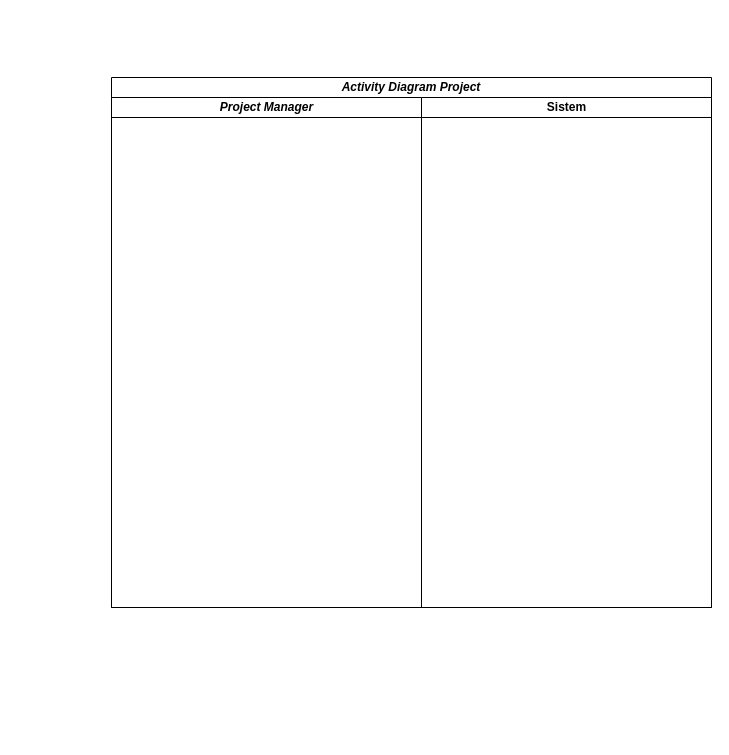
Earlier version of the draw.io diagram page "Halaman-3" (3 of 3) of Diagram Tanpa Judul.drawio (raldawiyahh/alda-resolusi). Source tidied: cells renumbered, new cells numbered last; positions are measured from the earlier drawing's top-left corner, leaving out a move shared by most shapes. Both pictures are drawn from the tidied source at 100%, with x=0, y=0 at pixel (111, 77).
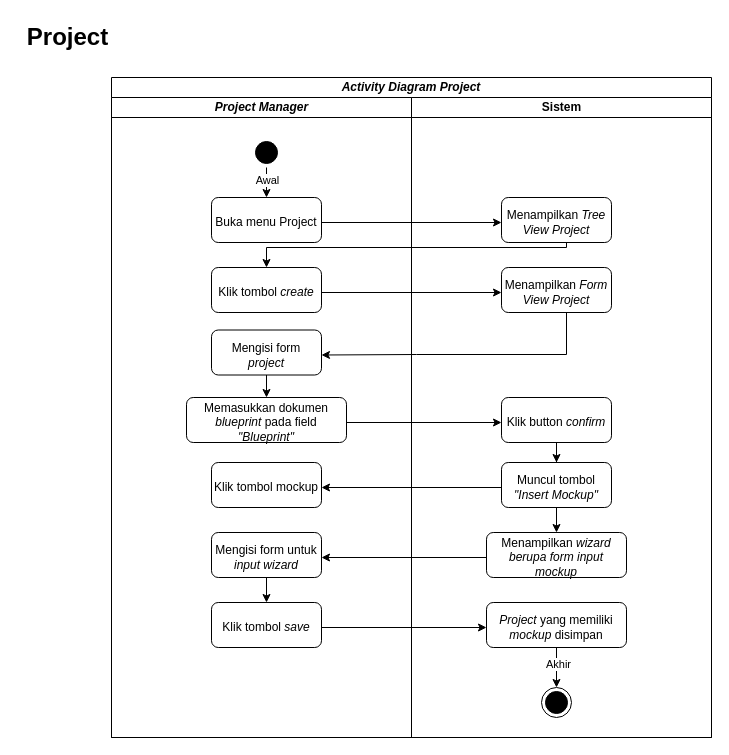
After the change.

Change to the diagram source:
```diff
@@
     <mxCell id="2" value="&lt;i&gt;Activity Diagram Project&lt;/i&gt;" style="swimlane;html=1;startSize=20;whiteSpace=wrap;" parent="1" vertex="1">
-      <mxGeometry width="600" height="530" as="geometry" />
+      <mxGeometry width="600" height="660" as="geometry" />
     </mxCell>
     <mxCell id="3" value="&lt;i&gt;Project Manager&lt;/i&gt;" style="swimlane;html=1;startSize=20;" parent="2" vertex="1">
-      <mxGeometry y="20" width="310" height="510" as="geometry" />
+      <mxGeometry y="20" width="300" height="640" as="geometry" />
     </mxCell>
+    <mxCell id="5" style="edgeStyle=orthogonalEdgeStyle;rounded=0;jettySize=auto;html=1;entryX=0.5;entryY=0;entryDx=0;entryDy=0;" parent="3" edge="1" source="7" target="9">
+      <mxGeometry relative="1" as="geometry" />
+    </mxCell>
+    <mxCell id="6" value="Awal" style="edgeLabel;html=1;align=center;verticalAlign=middle;" parent="5" vertex="1">
+      <mxGeometry x="-0.51" relative="1" as="geometry" />
+    </mxCell>
+    <mxCell id="7" style="ellipse;html=1;shape=startState;fillColor=#000000;strokeColor=#000000;" parent="3" vertex="1">
+      <mxGeometry x="140" y="40" width="30" height="30" as="geometry" />
+    </mxCell>
+    <mxCell id="8" style="group;" parent="3" vertex="1">
+      <mxGeometry x="100" y="100" width="110" height="45" as="geometry" />
+    </mxCell>
+    <mxCell id="9" style="rounded=1;whiteSpace=wrap;html=1;" parent="8" vertex="1">
+      <mxGeometry width="110" height="45" as="geometry" />
+    </mxCell>
+    <mxCell id="10" value="Buka menu Project " style="text;html=1;strokeColor=none;fillColor=none;align=center;verticalAlign=middle;whiteSpace=wrap;rounded=0;" parent="8" vertex="1">
+      <mxGeometry y="5" width="110" height="40" as="geometry" />
+    </mxCell>
+    <mxCell id="11" style="group;" parent="3" vertex="1">
+      <mxGeometry x="100" y="170" width="110" height="45" as="geometry" />
+    </mxCell>
+    <mxCell id="12" style="rounded=1;whiteSpace=wrap;html=1;" parent="11" vertex="1">
+      <mxGeometry width="110" height="45" as="geometry" />
+    </mxCell>
+    <mxCell id="13" value="Klik tombol &lt;i&gt;create&lt;/i&gt;" style="text;html=1;strokeColor=none;fillColor=none;align=center;verticalAlign=middle;whiteSpace=wrap;rounded=0;" parent="11" vertex="1">
+      <mxGeometry y="5" width="110" height="40" as="geometry" />
+    </mxCell>
+    <mxCell id="14" style="group;" parent="3" vertex="1">
+      <mxGeometry x="100" y="232.5" width="110" height="45" as="geometry" />
+    </mxCell>
+    <mxCell id="15" style="rounded=1;whiteSpace=wrap;html=1;" parent="14" vertex="1">
+      <mxGeometry width="110" height="45" as="geometry" />
+    </mxCell>
+    <mxCell id="16" value="Mengisi form &lt;i&gt;project&lt;/i&gt;" style="text;html=1;strokeColor=none;fillColor=none;align=center;verticalAlign=middle;whiteSpace=wrap;rounded=0;" parent="14" vertex="1">
+      <mxGeometry y="5" width="110" height="40" as="geometry" />
+    </mxCell>
+    <mxCell id="17" style="edgeStyle=orthogonalEdgeStyle;rounded=0;jettySize=auto;html=1;" parent="3" edge="1" source="34">
+      <mxGeometry relative="1" as="geometry">
+        <mxPoint x="155" y="170" as="targetPoint" />
+        <Array as="points">
+          <mxPoint x="455" y="150" />
+          <mxPoint x="155" y="150" />
+        </Array>
+      </mxGeometry>
+    </mxCell>
+    <mxCell id="18" style="group;" parent="3" vertex="1">
+      <mxGeometry x="100" y="365" width="110" height="45" as="geometry" />
+    </mxCell>
+    <mxCell id="19" style="rounded=1;whiteSpace=wrap;html=1;" parent="18" vertex="1">
+      <mxGeometry width="110" height="45" as="geometry" />
+    </mxCell>
+    <mxCell id="20" value="Klik tombol mockup" style="text;html=1;strokeColor=none;fillColor=none;align=center;verticalAlign=middle;whiteSpace=wrap;rounded=0;" parent="18" vertex="1">
+      <mxGeometry y="5" width="110" height="40" as="geometry" />
+    </mxCell>
+    <mxCell id="21" style="group;" parent="3" vertex="1">
+      <mxGeometry x="100" y="435" width="110" height="45" as="geometry" />
+    </mxCell>
+    <mxCell id="22" style="rounded=1;whiteSpace=wrap;html=1;" parent="21" vertex="1">
+      <mxGeometry width="110" height="45" as="geometry" />
+    </mxCell>
+    <mxCell id="23" value="Mengisi form untuk &lt;i&gt;input wizard&lt;/i&gt;" style="text;html=1;strokeColor=none;fillColor=none;align=center;verticalAlign=middle;whiteSpace=wrap;rounded=0;" parent="21" vertex="1">
+      <mxGeometry y="5" width="110" height="40" as="geometry" />
+    </mxCell>
+    <mxCell id="24" style="group;" parent="3" vertex="1">
+      <mxGeometry x="75" y="300" width="160" height="45" as="geometry" />
+    </mxCell>
+    <mxCell id="25" style="rounded=1;whiteSpace=wrap;html=1;" parent="24" vertex="1">
+      <mxGeometry width="160" height="45" as="geometry" />
+    </mxCell>
+    <mxCell id="26" value="Memasukkan dokumen &lt;i&gt;blueprint &lt;/i&gt;pada field &lt;i&gt;&quot;Blueprint&quot;&lt;/i&gt;" style="text;html=1;strokeColor=none;fillColor=none;align=center;verticalAlign=middle;whiteSpace=wrap;rounded=0;" parent="24" vertex="1">
+      <mxGeometry y="5" width="160" height="40" as="geometry" />
+    </mxCell>
+    <mxCell id="27" style="edgeStyle=orthogonalEdgeStyle;rounded=0;jettySize=auto;html=1;entryX=0.5;entryY=0;entryDx=0;entryDy=0;" parent="3" edge="1" source="16" target="25">
+      <mxGeometry relative="1" as="geometry" />
+    </mxCell>
+    <mxCell id="28" style="group;" parent="3" vertex="1">
+      <mxGeometry x="100" y="505" width="110" height="45" as="geometry" />
+    </mxCell>
+    <mxCell id="29" style="rounded=1;whiteSpace=wrap;html=1;" parent="28" vertex="1">
+      <mxGeometry width="110" height="45" as="geometry" />
+    </mxCell>
+    <mxCell id="30" value="Klik tombol &lt;i&gt;save&lt;/i&gt; " style="text;html=1;strokeColor=none;fillColor=none;align=center;verticalAlign=middle;whiteSpace=wrap;rounded=0;" parent="28" vertex="1">
+      <mxGeometry y="5" width="110" height="40" as="geometry" />
+    </mxCell>
+    <mxCell id="31" style="edgeStyle=orthogonalEdgeStyle;rounded=0;jettySize=auto;html=1;entryX=0.5;entryY=0;entryDx=0;entryDy=0;" parent="3" edge="1" source="23" target="29">
+      <mxGeometry relative="1" as="geometry" />
+    </mxCell>
     <mxCell id="4" value="Sistem" style="swimlane;html=1;startSize=20;" parent="2" vertex="1">
-      <mxGeometry x="310" y="20" width="290" height="510" as="geometry" />
+      <mxGeometry x="300" y="20" width="300" height="640" as="geometry" />
     </mxCell>
+    <mxCell id="32" style="group;" parent="4" vertex="1">
+      <mxGeometry x="90" y="100" width="110" height="45" as="geometry" />
+    </mxCell>
+    <mxCell id="33" style="rounded=1;whiteSpace=wrap;html=1;" parent="32" vertex="1">
+      <mxGeometry width="110" height="45" as="geometry" />
+    </mxCell>
+    <mxCell id="34" value="Menampilkan &lt;i&gt;Tree View Project&lt;/i&gt;" style="text;html=1;strokeColor=none;fillColor=none;align=center;verticalAlign=middle;whiteSpace=wrap;rounded=0;" parent="32" vertex="1">
+      <mxGeometry y="5" width="110" height="40" as="geometry" />
+    </mxCell>
+    <mxCell id="35" style="group;" parent="4" vertex="1">
+      <mxGeometry x="90" y="170" width="110" height="45" as="geometry" />
+    </mxCell>
+    <mxCell id="36" style="rounded=1;whiteSpace=wrap;html=1;" parent="35" vertex="1">
+      <mxGeometry width="110" height="45" as="geometry" />
+    </mxCell>
+    <mxCell id="37" value="Menampilkan &lt;i&gt;Form View Project&lt;/i&gt;" style="text;html=1;strokeColor=none;fillColor=none;align=center;verticalAlign=middle;whiteSpace=wrap;rounded=0;" parent="35" vertex="1">
+      <mxGeometry y="5" width="110" height="40" as="geometry" />
+    </mxCell>
+    <mxCell id="38" style="group;" parent="4" vertex="1">
+      <mxGeometry x="90" y="300" width="110" height="45" as="geometry" />
+    </mxCell>
+    <mxCell id="39" style="rounded=1;whiteSpace=wrap;html=1;" parent="38" vertex="1">
+      <mxGeometry width="110" height="45" as="geometry" />
+    </mxCell>
+    <mxCell id="40" value="Klik button &lt;i&gt;confirm&lt;/i&gt;" style="text;html=1;strokeColor=none;fillColor=none;align=center;verticalAlign=middle;whiteSpace=wrap;rounded=0;" parent="38" vertex="1">
+      <mxGeometry y="5" width="110" height="40" as="geometry" />
+    </mxCell>
+    <mxCell id="41" style="group;" parent="4" vertex="1">
+      <mxGeometry x="90" y="365" width="110" height="45" as="geometry" />
+    </mxCell>
+    <mxCell id="42" style="rounded=1;whiteSpace=wrap;html=1;" parent="41" vertex="1">
+      <mxGeometry width="110" height="45" as="geometry" />
+    </mxCell>
+    <mxCell id="43" value="Muncul tombol &lt;i&gt;&quot;Insert Mockup&quot;&lt;/i&gt;" style="text;html=1;strokeColor=none;fillColor=none;align=center;verticalAlign=middle;whiteSpace=wrap;rounded=0;" parent="41" vertex="1">
+      <mxGeometry y="5" width="110" height="40" as="geometry" />
+    </mxCell>
+    <mxCell id="44" style="edgeStyle=orthogonalEdgeStyle;rounded=0;jettySize=auto;html=1;entryX=0.5;entryY=0;entryDx=0;entryDy=0;" parent="4" edge="1" source="43" target="47">
+      <mxGeometry relative="1" as="geometry" />
+    </mxCell>
+    <mxCell id="45" style="edgeStyle=orthogonalEdgeStyle;rounded=0;jettySize=auto;html=1;entryX=0.5;entryY=0;entryDx=0;entryDy=0;" parent="4" edge="1" source="40" target="42">
+      <mxGeometry relative="1" as="geometry" />
+    </mxCell>
+    <mxCell id="46" style="group;" parent="4" vertex="1">
+      <mxGeometry x="75" y="435" width="140" height="45" as="geometry" />
+    </mxCell>
+    <mxCell id="47" style="rounded=1;whiteSpace=wrap;html=1;" parent="46" vertex="1">
+      <mxGeometry width="140" height="45" as="geometry" />
+    </mxCell>
+    <mxCell id="48" value="Menampilkan &lt;i&gt;wizard berupa form input mockup&lt;/i&gt;" style="text;html=1;strokeColor=none;fillColor=none;align=center;verticalAlign=middle;whiteSpace=wrap;rounded=0;" parent="46" vertex="1">
+      <mxGeometry y="5" width="140" height="40" as="geometry" />
+    </mxCell>
+    <mxCell id="49" style="group;" parent="4" vertex="1">
+      <mxGeometry x="75" y="505" width="140" height="45" as="geometry" />
+    </mxCell>
+    <mxCell id="50" style="rounded=1;whiteSpace=wrap;html=1;" parent="49" vertex="1">
+      <mxGeometry width="140" height="45" as="geometry" />
+    </mxCell>
+    <mxCell id="51" value="&lt;i&gt;Project &lt;/i&gt;yang memiliki &lt;i&gt;mockup&lt;/i&gt; disimpan " style="text;html=1;strokeColor=none;fillColor=none;align=center;verticalAlign=middle;whiteSpace=wrap;rounded=0;" parent="49" vertex="1">
+      <mxGeometry y="5" width="140" height="40" as="geometry" />
+    </mxCell>
+    <mxCell id="52" style="ellipse;html=1;shape=endState;fillColor=#000000;strokeColor=#000000;" parent="4" vertex="1">
+      <mxGeometry x="130" y="590" width="30" height="30" as="geometry" />
+    </mxCell>
+    <mxCell id="53" style="edgeStyle=orthogonalEdgeStyle;rounded=0;jettySize=auto;html=1;" parent="4" edge="1" source="51" target="52">
+      <mxGeometry relative="1" as="geometry" />
+    </mxCell>
+    <mxCell id="54" value="Akhir" style="edgeLabel;html=1;align=center;verticalAlign=middle;" parent="53" vertex="1">
+      <mxGeometry x="-0.2" y="1" relative="1" as="geometry" />
+    </mxCell>
+    <mxCell id="55" style="edgeStyle=orthogonalEdgeStyle;rounded=0;jettySize=auto;html=1;" parent="2" edge="1" source="10" target="34">
+      <mxGeometry relative="1" as="geometry" />
+    </mxCell>
+    <mxCell id="56" style="edgeStyle=orthogonalEdgeStyle;rounded=0;jettySize=auto;html=1;entryX=0;entryY=0.5;entryDx=0;entryDy=0;" parent="2" edge="1" source="13" target="37">
+      <mxGeometry relative="1" as="geometry" />
+    </mxCell>
+    <mxCell id="57" style="edgeStyle=orthogonalEdgeStyle;rounded=0;jettySize=auto;html=1;entryX=1;entryY=0.5;entryDx=0;entryDy=0;" parent="2" edge="1" source="43" target="20">
+      <mxGeometry relative="1" as="geometry" />
+    </mxCell>
+    <mxCell id="58" style="edgeStyle=orthogonalEdgeStyle;rounded=0;jettySize=auto;html=1;" parent="2" edge="1" source="48" target="23">
+      <mxGeometry relative="1" as="geometry" />
+    </mxCell>
+    <mxCell id="59" style="edgeStyle=orthogonalEdgeStyle;rounded=0;jettySize=auto;html=1;" parent="2" edge="1" source="26" target="40">
+      <mxGeometry relative="1" as="geometry" />
+    </mxCell>
+    <mxCell id="60" style="edgeStyle=orthogonalEdgeStyle;rounded=0;jettySize=auto;html=1;entryX=1;entryY=0.5;entryDx=0;entryDy=0;" parent="2" edge="1" source="37" target="16">
+      <mxGeometry relative="1" as="geometry">
+        <Array as="points">
+          <mxPoint x="455" y="277" />
+          <mxPoint x="305" y="277" />
+        </Array>
+      </mxGeometry>
+    </mxCell>
+    <mxCell id="61" style="edgeStyle=orthogonalEdgeStyle;rounded=0;jettySize=auto;html=1;" parent="2" edge="1" source="30" target="51">
+      <mxGeometry relative="1" as="geometry" />
+    </mxCell>
+    <mxCell id="62" value="Project" style="text;strokeColor=none;fillColor=none;html=1;fontSize=24;fontStyle=1;verticalAlign=middle;align=center;" parent="1" vertex="1">
+      <mxGeometry x="-94" y="-60" width="100" height="40" as="geometry" />
+    </mxCell>
```
